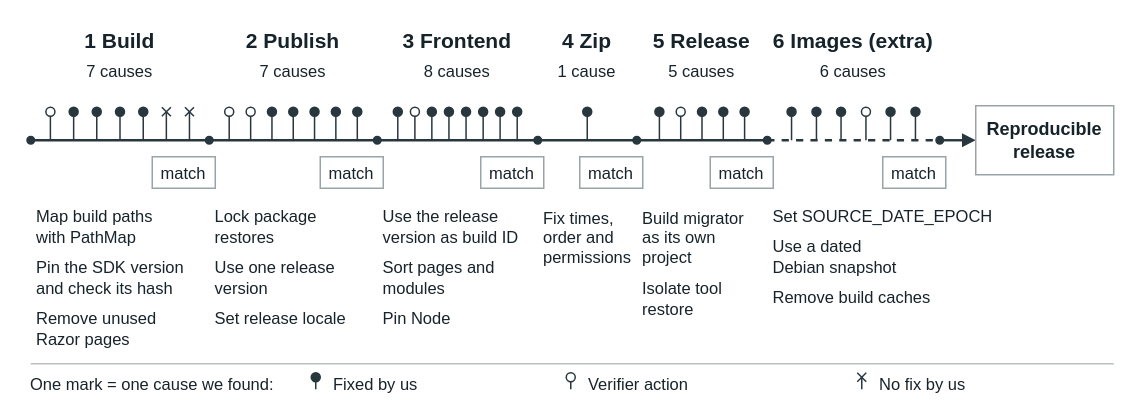
The draw.io diagram 1-ws-pems/figures/rq1-journey.drawio in leosakharoff/dotnet-rebuild-experiments, before the edit. Source tidied: cells renumbered, new cells numbered last; positions are measured from the earlier drawing's top-left corner, leaving out a move shared by most shapes. Both pictures are drawn from the tidied source at 150%, with x=0, y=0 at pixel (27, 26).
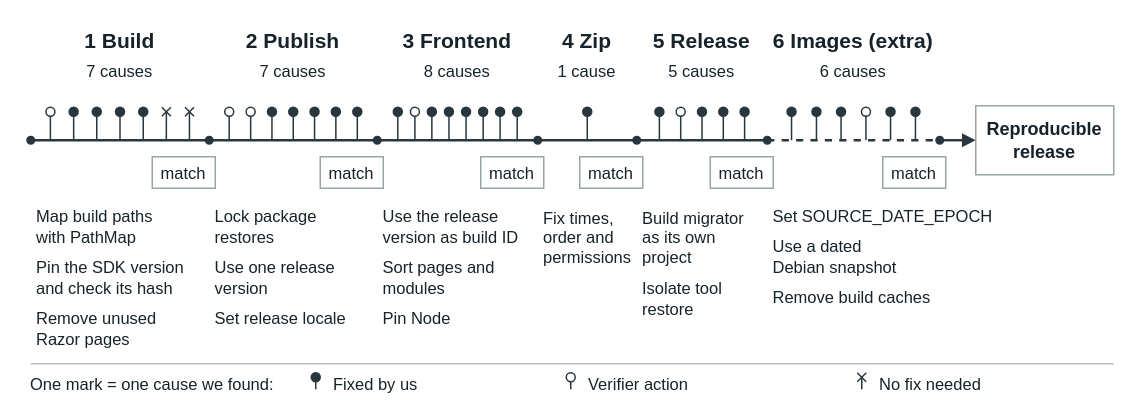
The same page after the edit.

Commit message (it also covers changes not shown here):
Stage names as in the thesis (Zip, Images); journey legend 'No fix needed'

Diff of the diagram source:
```diff
@@
-    <mxCell id="131" value="No fix by us" style="html=1;whiteSpace=wrap;align=left;verticalAlign=middle;fontFamily=Helvetica;fontColor=#17232a;fontSize=11;fillColor=none;strokeColor=none;spacing=0;" parent="1" vertex="1">
+    <mxCell id="131" value="No fix needed" style="html=1;whiteSpace=wrap;align=left;verticalAlign=middle;fontFamily=Helvetica;fontColor=#17232a;fontSize=11;fillColor=none;strokeColor=none;spacing=0;" parent="1" vertex="1">
       <mxGeometry x="568" y="231" width="140" height="15" as="geometry" />
     </mxCell>
```
